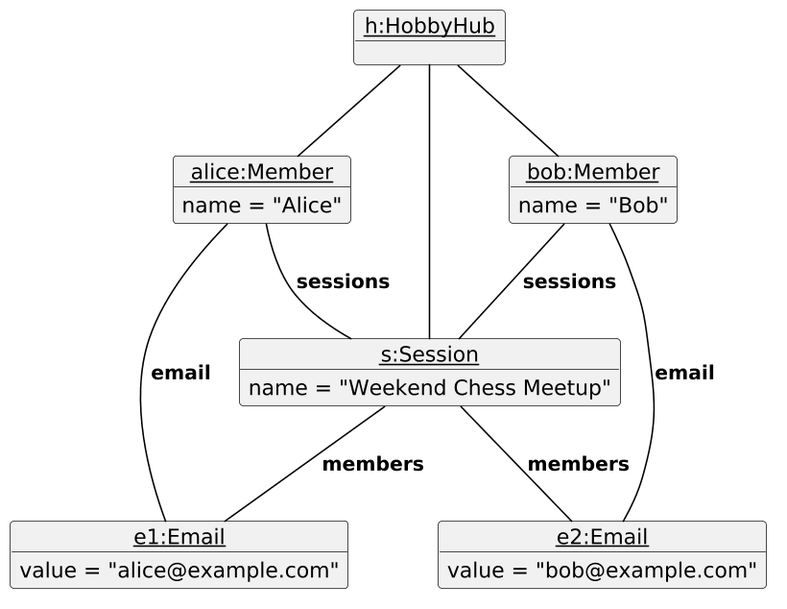
This is docs/images/AssignObjectDiagram.png from AY2627S1-CS2103T-T17-4/tp, a PlantUML export, as it was before one commit. Source of this version:
```plantuml
@startuml



!define UI_COLOR #1D8900
!define UI_COLOR_T1 #83E769
!define UI_COLOR_T2 #3FC71B
!define UI_COLOR_T3 #166800
!define UI_COLOR_T4 #0E4100

!define LOGIC_COLOR #3333C4
!define LOGIC_COLOR_T1 #C8C8FA
!define LOGIC_COLOR_T2 #6A6ADC
!define LOGIC_COLOR_T3 #1616B0
!define LOGIC_COLOR_T4 #101086

!define MODEL_COLOR #9D0012
!define MODEL_COLOR_T1 #F97181
!define MODEL_COLOR_T2 #E41F36
!define MODEL_COLOR_T3 #7B000E
!define MODEL_COLOR_T4 #51000A

!define STORAGE_COLOR #A38300
!define STORAGE_COLOR_T1 #FFE374
!define STORAGE_COLOR_T2 #EDC520
!define STORAGE_COLOR_T3 #806600
!define STORAGE_COLOR_T4 #544400

!define USER_COLOR #000000

skinparam Package {
    BackgroundColor #FFFFFF
    BorderThickness 1
    FontSize 16
}

skinparam Class {
    FontColor #FFFFFF
    FontSize 15
    BorderThickness 1
    BorderColor #FFFFFF
    StereotypeFontColor #FFFFFF
    FontName Arial
}

skinparam Actor {
    BorderColor USER_COLOR
    Color USER_COLOR
    FontName Arial
}

skinparam Sequence {
    MessageAlign center
    BoxFontSize 15
    BoxPadding 0
    BoxFontColor #FFFFFF
    FontName Arial
}

skinparam Participant {
    FontColor #FFFFFF
    Padding 20
}

skinparam ArrowFontStyle bold
skinparam MinClassWidth 50
<style>
participant {
    Padding 10
}
</style>
skinparam Shadowing false
skinparam DefaultTextAlignment center
skinparam packageStyle Rectangle

hide footbox
hide members
hide circle
skinparam dpi 150
show members
skinparam ClassFontColor #000000
skinparam ClassBorderColor #000000
skinparam ClassBackgroundColor #FFFFFF
skinparam ArrowColor #000000

object "<u>h:HobbyHub</u>" as h

object "<u>alice:Member</u>" as alice {
    name = "Alice"
}

object "<u>bob:Member</u>" as bob {
    name = "Bob"
}

object "<u>s:Session</u>" as s {
    name = "Weekend Chess Meetup"
}

object "<u>e1:Email</u>" as e1 {
    value = "alice@example.com"
}

object "<u>e2:Email</u>" as e2 {
    value = "bob@example.com"
}

h -- alice
h -- bob
h -- s

alice -- e1 : email
bob -- e2 : email

alice -- s : sessions
bob -- s : sessions

s -- e1 : members
s -- e2 : members
@enduml
```
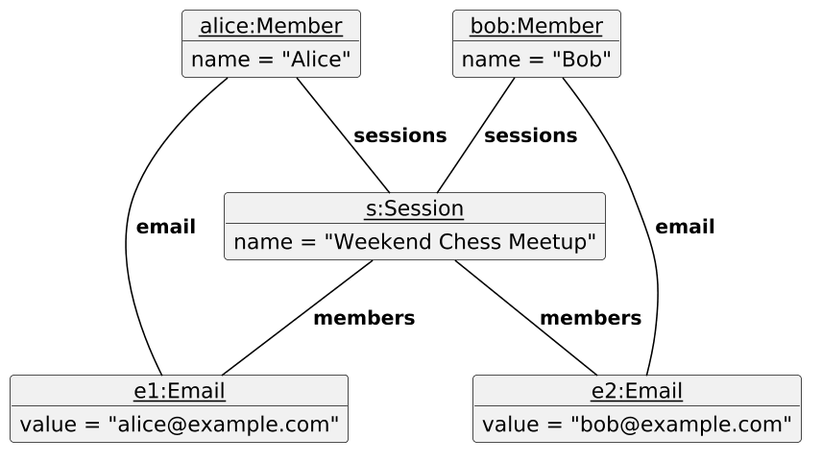
The same file after the commit.

Commit message:
Simplify assign diagrams based on review

What changed in the source:
```diff
@@ -83,8 +83,6 @@
 skinparam ClassBackgroundColor #FFFFFF
 skinparam ArrowColor #000000
 
-object "<u>h:HobbyHub</u>" as h
-
 object "<u>alice:Member</u>" as alice {
     name = "Alice"
 }
@@ -105,10 +103,6 @@
     value = "bob@example.com"
 }
 
-h -- alice
-h -- bob
-h -- s
-
 alice -- e1 : email
 bob -- e2 : email
 
```
